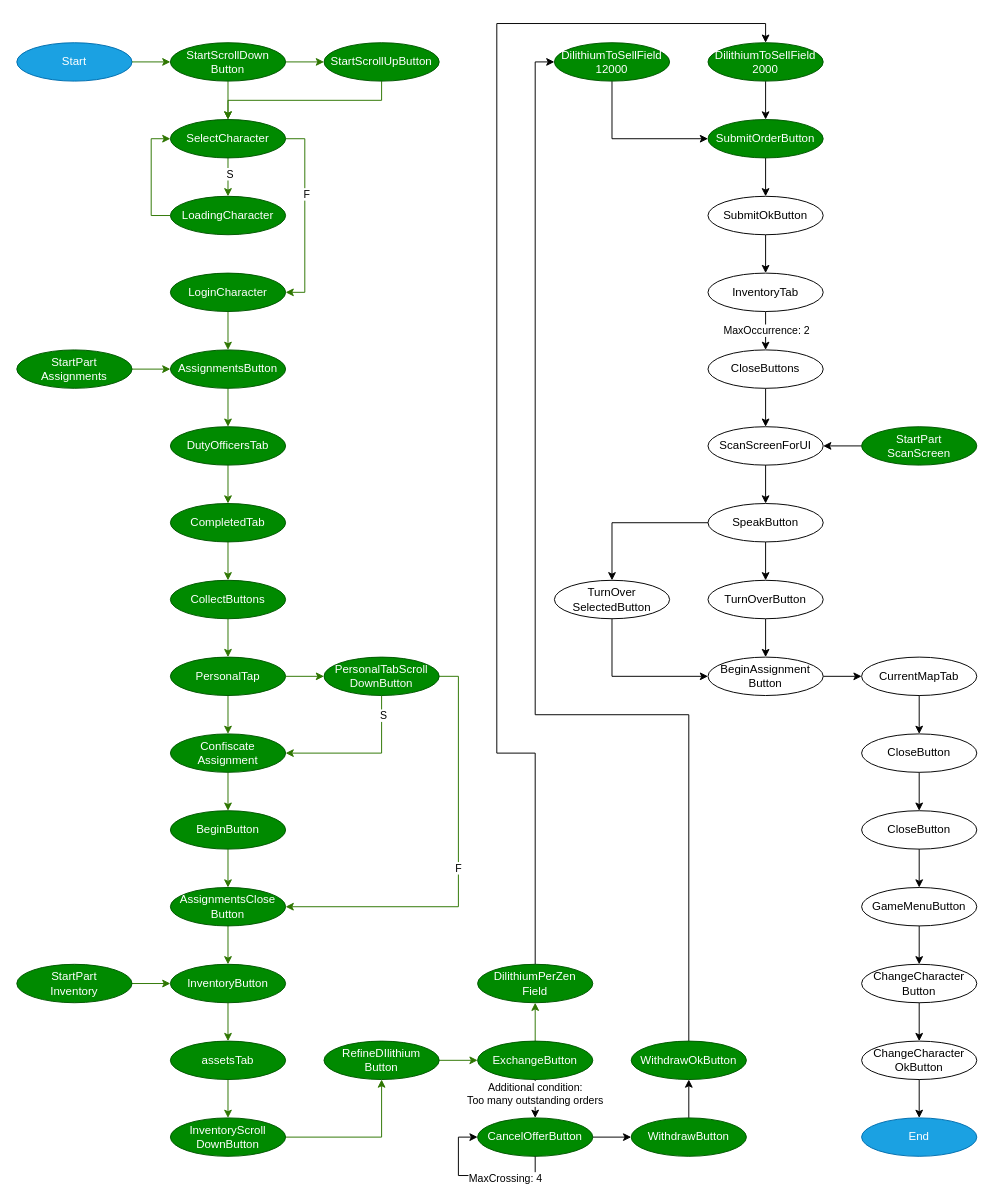
This is AutoFarmer.drawio from Tomaszon/AutoFarmer, a draw.io file, before an edit. Source tidied: cells renumbered, new cells numbered last; positions are measured from the earlier drawing's top-left corner, leaving out a move shared by most shapes. Both pictures are drawn from the tidied source at 96%, with x=0, y=0 at pixel (16, 23).
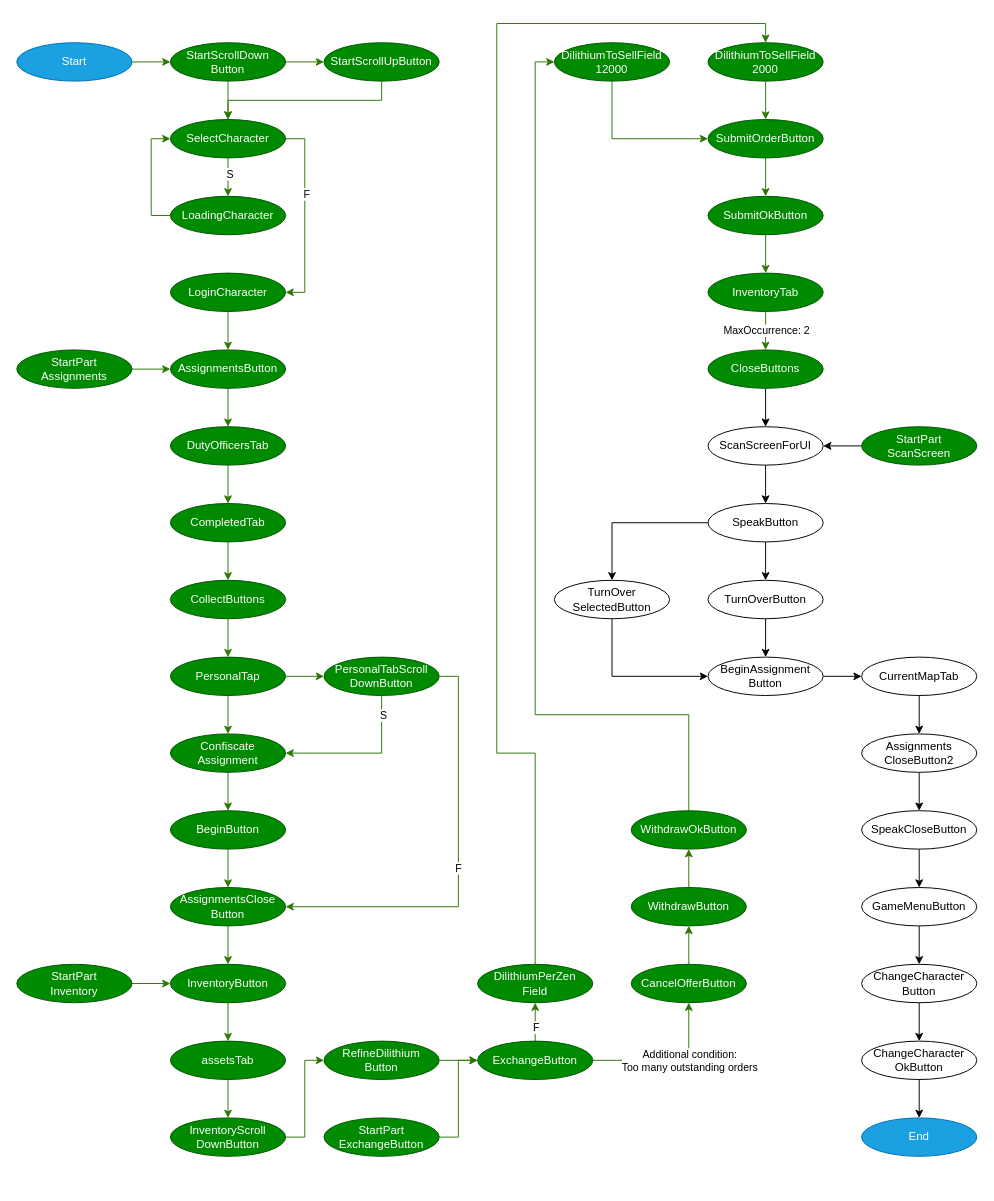
The same page after the edit.

Unchanged cells that the change refers to:
```xml
<mxCell id="28" value="InventoryScroll&lt;br&gt;DownButton" style="ellipse;whiteSpace=wrap;html=1;fillColor=#008a00;strokeColor=#005700;fontColor=#ffffff;" parent="1" vertex="1">
  <mxGeometry x="160" y="1140" width="120" height="40" as="geometry" />
</mxCell>
<mxCell id="31" style="edgeStyle=orthogonalEdgeStyle;rounded=0;jettySize=auto;html=1;fillColor=#60a917;strokeColor=#2D7600;" parent="1" edge="1" source="34" target="42">
  <mxGeometry relative="1" as="geometry" />
</mxCell>
<mxCell id="34" value="ExchangeButton" style="ellipse;whiteSpace=wrap;html=1;fillColor=#008a00;strokeColor=#005700;fontColor=#ffffff;" parent="1" vertex="1">
  <mxGeometry x="480" y="1060" width="120" height="40" as="geometry" />
</mxCell>
<mxCell id="42" value="DilithiumPerZen&lt;br&gt;Field" style="ellipse;whiteSpace=wrap;html=1;fillColor=#008a00;strokeColor=#005700;fontColor=#ffffff;" parent="1" vertex="1">
  <mxGeometry x="480" y="980" width="120" height="40" as="geometry" />
</mxCell>
<mxCell id="44" value="DilithiumToSellField&lt;br&gt;2000" style="ellipse;whiteSpace=wrap;html=1;fillColor=#008a00;strokeColor=#005700;fontColor=#ffffff;" parent="1" vertex="1">
  <mxGeometry x="720" y="20" width="120" height="40" as="geometry" />
</mxCell>
<mxCell id="46" value="SubmitOrderButton" style="ellipse;whiteSpace=wrap;html=1;fillColor=#008a00;strokeColor=#005700;fontColor=#ffffff;" parent="1" vertex="1">
  <mxGeometry x="720" y="100" width="120" height="40" as="geometry" />
</mxCell>
<mxCell id="97" value="DilithiumToSellField&lt;br&gt;12000" style="ellipse;whiteSpace=wrap;html=1;fillColor=#008a00;strokeColor=#005700;fontColor=#ffffff;" parent="1" vertex="1">
  <mxGeometry x="560" y="20" width="120" height="40" as="geometry" />
</mxCell>
```

Diff of the diagram source:
```diff
@@
-    <mxCell id="27" style="edgeStyle=orthogonalEdgeStyle;rounded=0;jettySize=auto;html=1;exitX=1;exitY=0.5;exitDx=0;exitDy=0;entryX=0.5;entryY=1;entryDx=0;entryDy=0;fillColor=#60a917;strokeColor=#2D7600;" parent="1" edge="1" source="28" target="30">
+    <mxCell id="27" style="edgeStyle=orthogonalEdgeStyle;rounded=0;jettySize=auto;html=1;exitX=1;exitY=0.5;exitDx=0;exitDy=0;fillColor=#60a917;strokeColor=#2D7600;entryX=0;entryY=0.5;entryDx=0;entryDy=0;" parent="1" edge="1" source="28" target="30">
       <mxGeometry relative="1" as="geometry">
         <Array as="points">
-          <mxPoint x="380" y="1160" />
+          <mxPoint x="300" y="1160" />
+          <mxPoint x="300" y="1080" />
         </Array>
       </mxGeometry>
     </mxCell>
@@
-    <mxCell id="30" value="RefineDIlithium&lt;br&gt;Button" style="ellipse;whiteSpace=wrap;html=1;fillColor=#008a00;strokeColor=#005700;fontColor=#ffffff;" parent="1" vertex="1">
+    <mxCell id="30" value="RefineDilithium&lt;br&gt;Button" style="ellipse;whiteSpace=wrap;html=1;fillColor=#008a00;strokeColor=#005700;fontColor=#ffffff;" parent="1" vertex="1">
       <mxGeometry x="320" y="1060" width="120" height="40" as="geometry" />
     </mxCell>
@@
+    <mxCell id="104" value="F" style="edgeLabel;html=1;align=center;verticalAlign=middle;" parent="31" vertex="1">
+      <mxGeometry x="-0.25" relative="1" as="geometry" />
+    </mxCell>
-    <mxCell id="32" style="edgeStyle=orthogonalEdgeStyle;rounded=0;jettySize=auto;html=1;" parent="1" edge="1" source="34" target="36">
+    <mxCell id="32" style="edgeStyle=orthogonalEdgeStyle;rounded=0;jettySize=auto;html=1;fillColor=#60a917;strokeColor=#2D7600;" parent="1" edge="1" source="34" target="36">
       <mxGeometry relative="1" as="geometry" />
     </mxCell>
     <mxCell id="33" value="Additional condition:&lt;br&gt;Too many outstanding&amp;nbsp;orders" style="edgeLabel;html=1;align=center;verticalAlign=middle;" parent="32" vertex="1">
-      <mxGeometry x="-0.28" y="-1" relative="1" as="geometry" />
+      <mxGeometry x="-0.28" y="-1" relative="1" as="geometry">
+        <mxPoint x="42.8" y="-1" as="offset" />
+      </mxGeometry>
     </mxCell>
@@
-    <mxCell id="35" style="edgeStyle=orthogonalEdgeStyle;rounded=0;jettySize=auto;html=1;" parent="1" edge="1" source="36" target="38">
+    <mxCell id="35" style="edgeStyle=orthogonalEdgeStyle;rounded=0;jettySize=auto;html=1;fillColor=#60a917;strokeColor=#2D7600;" parent="1" edge="1" source="36" target="38">
       <mxGeometry relative="1" as="geometry" />
     </mxCell>
     <mxCell id="36" value="CancelOfferButton" style="ellipse;whiteSpace=wrap;html=1;fillColor=#008a00;strokeColor=#005700;fontColor=#ffffff;" parent="1" vertex="1">
-      <mxGeometry x="480" y="1140" width="120" height="40" as="geometry" />
+      <mxGeometry x="640" y="980" width="120" height="40" as="geometry" />
     </mxCell>
-    <mxCell id="37" style="edgeStyle=orthogonalEdgeStyle;rounded=0;jettySize=auto;html=1;" parent="1" edge="1" source="38" target="40">
+    <mxCell id="37" style="edgeStyle=orthogonalEdgeStyle;rounded=0;jettySize=auto;html=1;fillColor=#60a917;strokeColor=#2D7600;" parent="1" edge="1" source="38" target="40">
       <mxGeometry relative="1" as="geometry" />
     </mxCell>
     <mxCell id="38" value="WithdrawButton" style="ellipse;whiteSpace=wrap;html=1;fillColor=#008a00;strokeColor=#005700;fontColor=#ffffff;" parent="1" vertex="1">
-      <mxGeometry x="640" y="1140" width="120" height="40" as="geometry" />
+      <mxGeometry x="640" y="900" width="120" height="40" as="geometry" />
     </mxCell>
-    <mxCell id="39" style="edgeStyle=orthogonalEdgeStyle;rounded=0;jettySize=auto;html=1;exitX=0.5;exitY=0;exitDx=0;exitDy=0;entryX=0;entryY=0.5;entryDx=0;entryDy=0;" parent="1" edge="1" source="40" target="97">
+    <mxCell id="39" style="edgeStyle=orthogonalEdgeStyle;rounded=0;jettySize=auto;html=1;exitX=0.5;exitY=0;exitDx=0;exitDy=0;entryX=0;entryY=0.5;entryDx=0;entryDy=0;fillColor=#60a917;strokeColor=#2D7600;" parent="1" edge="1" source="40" target="97">
       <mxGeometry relative="1" as="geometry">
         <Array as="points">
           <mxPoint x="700" y="720" />
           <mxPoint x="540" y="720" />
           <mxPoint x="540" y="40" />
         </Array>
       </mxGeometry>
     </mxCell>
     <mxCell id="40" value="WithdrawOkButton" style="ellipse;whiteSpace=wrap;html=1;fillColor=#008a00;strokeColor=#005700;fontColor=#ffffff;" parent="1" vertex="1">
-      <mxGeometry x="640" y="1060" width="120" height="40" as="geometry" />
+      <mxGeometry x="640" y="820" width="120" height="40" as="geometry" />
     </mxCell>
-    <mxCell id="41" style="edgeStyle=orthogonalEdgeStyle;rounded=0;jettySize=auto;html=1;exitX=0.5;exitY=0;exitDx=0;exitDy=0;" parent="1" edge="1" source="42" target="44">
+    <mxCell id="41" style="edgeStyle=orthogonalEdgeStyle;rounded=0;jettySize=auto;html=1;exitX=0.5;exitY=0;exitDx=0;exitDy=0;fillColor=#60a917;strokeColor=#2D7600;" parent="1" edge="1" source="42" target="44">
       <mxGeometry relative="1" as="geometry">
         <Array as="points">
           <mxPoint x="540" y="760" />
           <mxPoint x="500" y="760" />
           <mxPoint x="500" />
           <mxPoint x="780" />
         </Array>
       </mxGeometry>
     </mxCell>
@@
-    <mxCell id="43" style="edgeStyle=orthogonalEdgeStyle;rounded=0;jettySize=auto;html=1;exitX=0.5;exitY=1;exitDx=0;exitDy=0;entryX=0.5;entryY=0;entryDx=0;entryDy=0;" parent="1" edge="1" source="44" target="46">
+    <mxCell id="43" style="edgeStyle=orthogonalEdgeStyle;rounded=0;jettySize=auto;html=1;exitX=0.5;exitY=1;exitDx=0;exitDy=0;entryX=0.5;entryY=0;entryDx=0;entryDy=0;fillColor=#60a917;strokeColor=#2D7600;" parent="1" edge="1" source="44" target="46">
       <mxGeometry relative="1" as="geometry" />
     </mxCell>
@@
-    <mxCell id="45" style="edgeStyle=orthogonalEdgeStyle;rounded=0;jettySize=auto;html=1;" parent="1" edge="1" source="46" target="50">
+    <mxCell id="45" style="edgeStyle=orthogonalEdgeStyle;rounded=0;jettySize=auto;html=1;fillColor=#60a917;strokeColor=#2D7600;" parent="1" edge="1" source="46" target="50">
       <mxGeometry relative="1" as="geometry" />
     </mxCell>
@@
-    <mxCell id="47" style="edgeStyle=orthogonalEdgeStyle;rounded=0;jettySize=auto;html=1;exitX=0.5;exitY=1;exitDx=0;exitDy=0;" parent="1" edge="1" source="51" target="53">
+    <mxCell id="47" style="edgeStyle=orthogonalEdgeStyle;rounded=0;jettySize=auto;html=1;exitX=0.5;exitY=1;exitDx=0;exitDy=0;fillColor=#60a917;strokeColor=#2D7600;" parent="1" edge="1" source="51" target="53">
       <mxGeometry relative="1" as="geometry" />
     </mxCell>
@@
-    <mxCell id="49" style="edgeStyle=orthogonalEdgeStyle;rounded=0;jettySize=auto;html=1;" parent="1" edge="1" source="50" target="51">
+    <mxCell id="49" style="edgeStyle=orthogonalEdgeStyle;rounded=0;jettySize=auto;html=1;fillColor=#60a917;strokeColor=#2D7600;" parent="1" edge="1" source="50" target="51">
       <mxGeometry relative="1" as="geometry" />
     </mxCell>
-    <mxCell id="50" value="SubmitOkButton" style="ellipse;whiteSpace=wrap;html=1;" parent="1" vertex="1">
+    <mxCell id="50" value="SubmitOkButton" style="ellipse;whiteSpace=wrap;html=1;fillColor=#008a00;strokeColor=#005700;fontColor=#ffffff;" parent="1" vertex="1">
       <mxGeometry x="720" y="180" width="120" height="40" as="geometry" />
     </mxCell>
-    <mxCell id="51" value="InventoryTab" style="ellipse;whiteSpace=wrap;html=1;" parent="1" vertex="1">
+    <mxCell id="51" value="InventoryTab" style="ellipse;whiteSpace=wrap;html=1;fillColor=#008a00;strokeColor=#005700;fontColor=#ffffff;" parent="1" vertex="1">
       <mxGeometry x="720" y="260" width="120" height="40" as="geometry" />
     </mxCell>
@@
-    <mxCell id="53" value="CloseButtons" style="ellipse;whiteSpace=wrap;html=1;" parent="1" vertex="1">
+    <mxCell id="53" value="CloseButtons" style="ellipse;whiteSpace=wrap;html=1;fillColor=#008a00;strokeColor=#005700;fontColor=#ffffff;" parent="1" vertex="1">
       <mxGeometry x="720" y="340" width="120" height="40" as="geometry" />
     </mxCell>
@@
-    <mxCell id="66" value="CloseButton" style="ellipse;whiteSpace=wrap;html=1;" parent="1" vertex="1">
+    <mxCell id="66" value="Assignments&lt;br&gt;CloseButton2" style="ellipse;whiteSpace=wrap;html=1;" parent="1" vertex="1">
       <mxGeometry x="880" y="740" width="120" height="40" as="geometry" />
     </mxCell>
@@
-    <mxCell id="68" value="CloseButton" style="ellipse;whiteSpace=wrap;html=1;" parent="1" vertex="1">
+    <mxCell id="68" value="SpeakCloseButton" style="ellipse;whiteSpace=wrap;html=1;" parent="1" vertex="1">
       <mxGeometry x="880" y="820" width="120" height="40" as="geometry" />
     </mxCell>
@@
-    <mxCell id="94" style="edgeStyle=orthogonalEdgeStyle;rounded=0;orthogonalLoop=1;jettySize=auto;html=1;exitX=0.5;exitY=1;exitDx=0;exitDy=0;entryX=0;entryY=0.5;entryDx=0;entryDy=0;" parent="1" edge="1" source="36" target="36">
-      <mxGeometry relative="1" as="geometry">
-        <Array as="points">
-          <mxPoint x="540" y="1200" />
-          <mxPoint x="460" y="1200" />
-          <mxPoint x="460" y="1160" />
-        </Array>
-      </mxGeometry>
-    </mxCell>
-    <mxCell id="95" value="MaxCrossing: 4" style="edgeLabel;html=1;align=center;verticalAlign=middle;" parent="94" vertex="1">
-      <mxGeometry x="-0.35" y="2" relative="1" as="geometry" />
-    </mxCell>
-    <mxCell id="96" style="edgeStyle=orthogonalEdgeStyle;rounded=0;jettySize=auto;html=1;exitX=0.5;exitY=1;exitDx=0;exitDy=0;entryX=0;entryY=0.5;entryDx=0;entryDy=0;" parent="1" edge="1" source="97" target="46">
+    <mxCell id="96" style="edgeStyle=orthogonalEdgeStyle;rounded=0;jettySize=auto;html=1;exitX=0.5;exitY=1;exitDx=0;exitDy=0;entryX=0;entryY=0.5;entryDx=0;entryDy=0;fillColor=#60a917;strokeColor=#2D7600;" parent="1" edge="1" source="97" target="46">
       <mxGeometry relative="1" as="geometry" />
     </mxCell>
@@
+    <mxCell id="105" style="edgeStyle=orthogonalEdgeStyle;rounded=0;jettySize=auto;html=1;entryX=0;entryY=0.5;entryDx=0;entryDy=0;fillColor=#60a917;strokeColor=#2D7600;" parent="1" edge="1" source="106" target="34">
+      <mxGeometry relative="1" as="geometry" />
+    </mxCell>
+    <mxCell id="106" value="StartPart&lt;br&gt;ExchangeButton" style="ellipse;whiteSpace=wrap;html=1;fillColor=#008a00;strokeColor=#005700;fontColor=#ffffff;" parent="1" vertex="1">
+      <mxGeometry x="320" y="1140" width="120" height="40" as="geometry" />
+    </mxCell>
```
